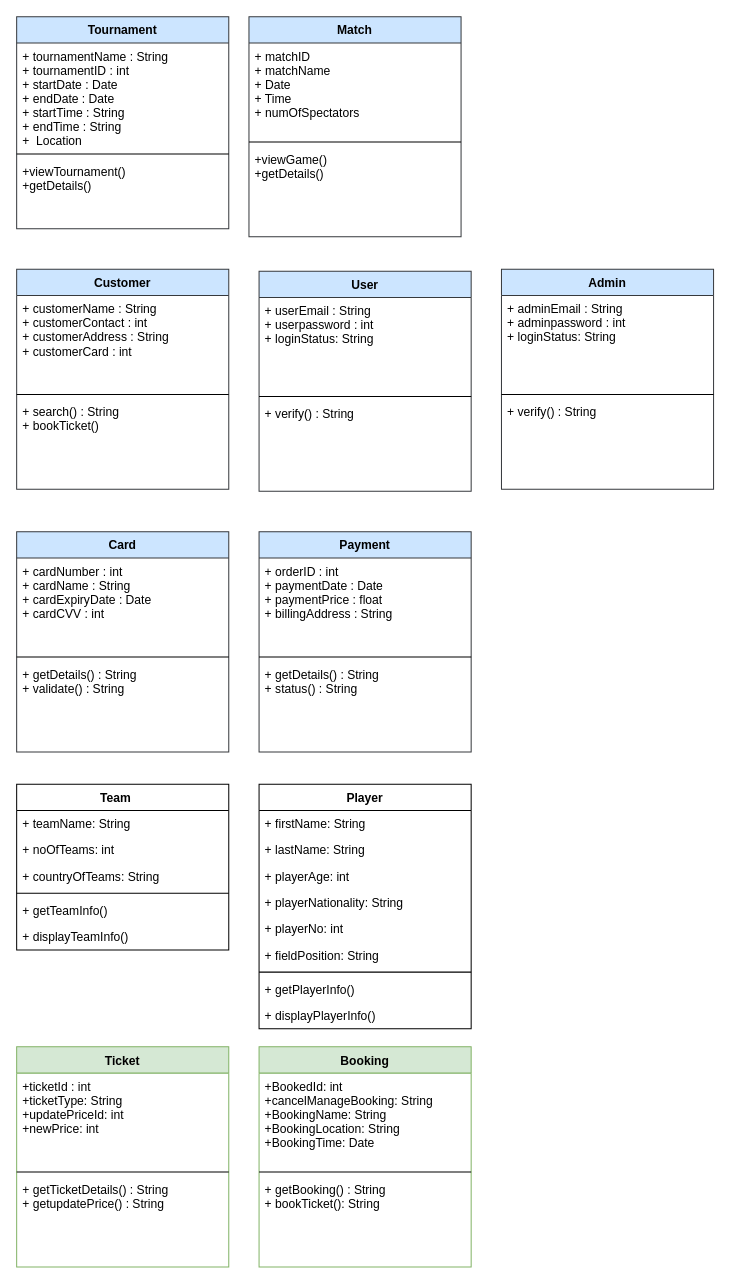
Earlier version of the draw.io diagram SES_Class.drawio (mlvl974/SportsEventSystem). Source tidied: cells renumbered, new cells numbered last; positions are measured from the earlier drawing's top-left corner, leaving out a move shared by most shapes. Both pictures are drawn from the tidied source at 101%, with x=0, y=0 at pixel (16, 16).
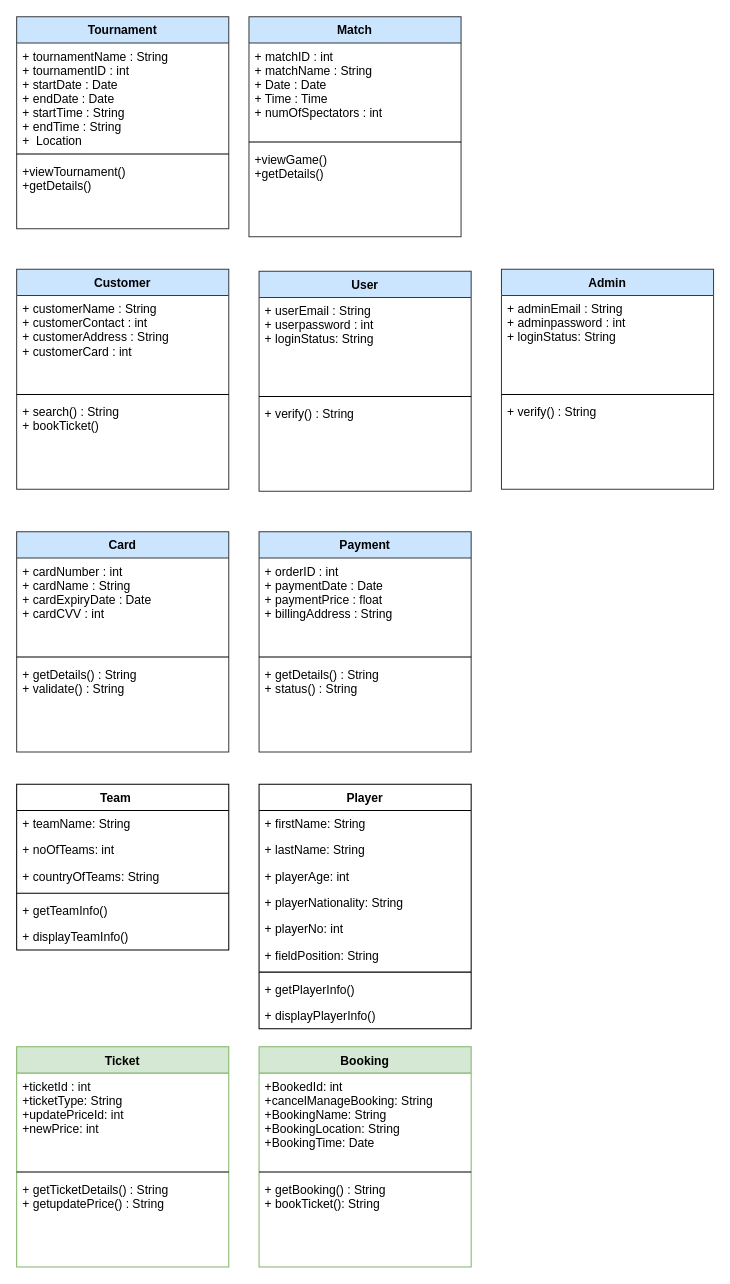
The same diagram, later.

The change refers to these unchanged cells:
```xml
<mxCell id="26" value="Match" style="swimlane;fontStyle=1;align=center;verticalAlign=top;horizontal=1;startSize=26;fillColor=#cce5ff;strokeColor=#36393d;" parent="1" vertex="1">
  <mxGeometry x="230" width="210" height="218" as="geometry" />
</mxCell>
```

What changed in the source:
```diff
@@
-    <mxCell id="27" value="+ matchID&#10;+ matchName&#10;+ Date&#10;+ Time&#10;+ numOfSpectators" style="text;strokeColor=none;fillColor=none;align=left;verticalAlign=top;spacingLeft=4;spacingRight=4;overflow=hidden;" parent="26" vertex="1">
+    <mxCell id="27" value="+ matchID : int&#10;+ matchName : String&#10;+ Date : Date&#10;+ Time : Time&#10;+ numOfSpectators : int" style="text;strokeColor=none;fillColor=none;align=left;verticalAlign=top;spacingLeft=4;spacingRight=4;overflow=hidden;" parent="26" vertex="1">
       <mxGeometry y="26" width="210" height="94" as="geometry" />
     </mxCell>
```
